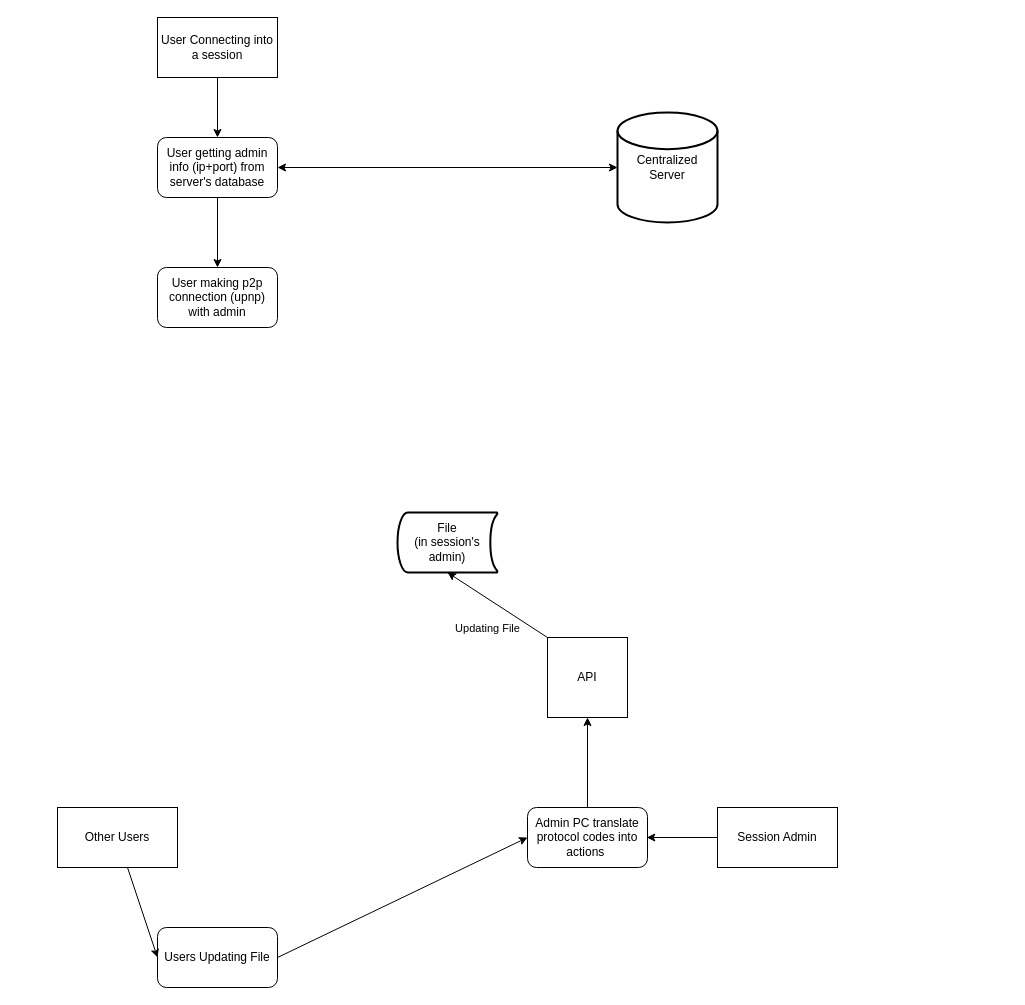
This is process.drawio from avnogy/netext, a draw.io file, before an edit. Source tidied: cells renumbered, new cells numbered last; positions are measured from the earlier drawing's top-left corner, leaving out a move shared by most shapes. Both pictures are drawn from the tidied source at 100%, with x=0, y=0 at pixel (57, 17).
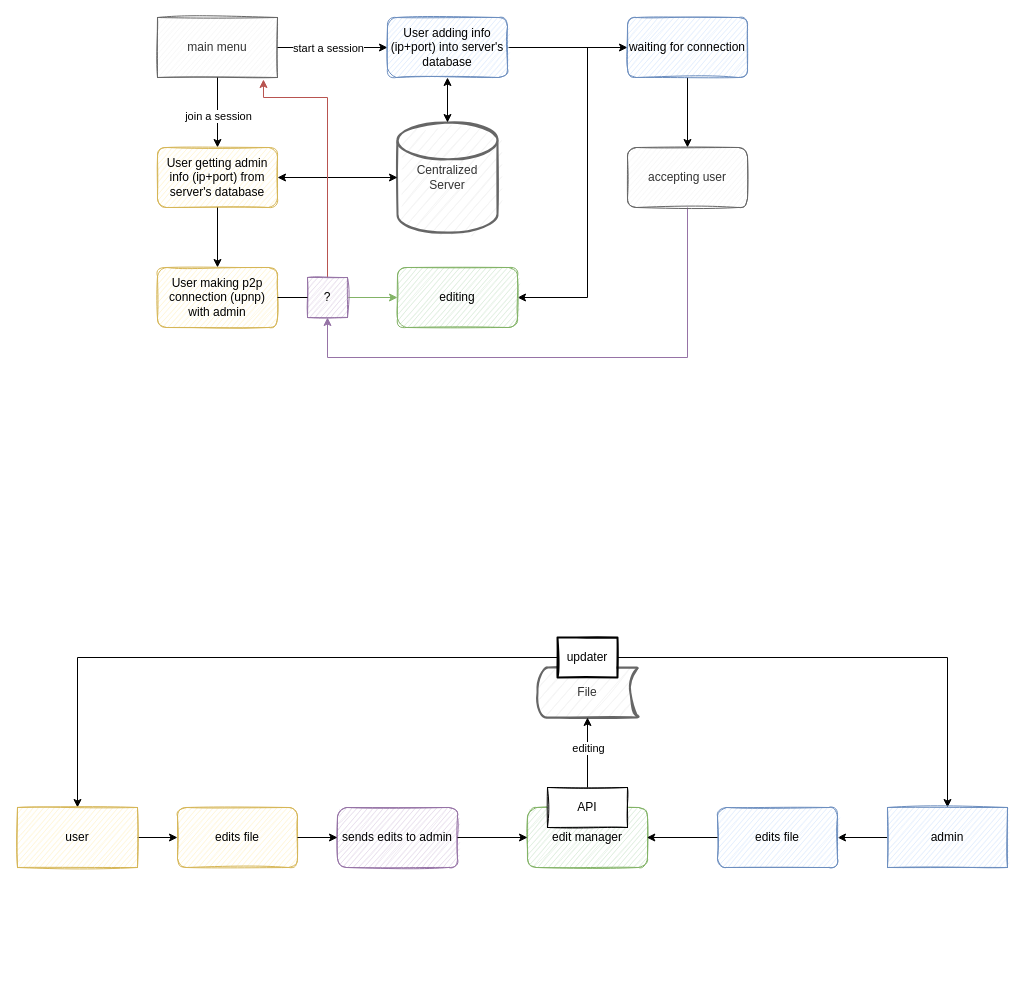
After the change.

Unchanged cells that the change refers to:
```xml
<mxCell id="3" style="endArrow=classic;html=1;rounded=0;exitX=0.5;exitY=1;exitDx=0;exitDy=0;entryX=0.5;entryY=0;entryDx=0;entryDy=0;" parent="1" edge="1" source="2" target="4">
  <mxGeometry relative="1" as="geometry" />
</mxCell>
```

Change to the diagram source:
```diff
@@
-    <mxCell id="2" value="User Connecting into a session" style="rounded=0;whiteSpace=wrap;html=1;" parent="1" vertex="1">
+    <mxCell id="2" value="main menu" style="rounded=0;whiteSpace=wrap;html=1;fillColor=#f5f5f5;strokeColor=#666666;fontColor=#333333;sketch=1;" parent="1" vertex="1">
       <mxGeometry x="100" width="120" height="60" as="geometry" />
     </mxCell>
@@
+    <mxCell id="21" value="join a session" style="edgeLabel;html=1;align=center;verticalAlign=middle;" parent="3" vertex="1">
+      <mxGeometry x="-0.37" y="-2" relative="1" as="geometry">
+        <mxPoint x="2" y="16" as="offset" />
+      </mxGeometry>
+    </mxCell>
-    <mxCell id="4" value="User getting admin info (ip+port) from server's database" style="rounded=1;whiteSpace=wrap;html=1;" parent="1" vertex="1">
-      <mxGeometry x="100" y="120" width="120" height="60" as="geometry" />
+    <mxCell id="4" value="User getting admin info (ip+port) from server's database" style="rounded=1;whiteSpace=wrap;html=1;fillColor=#fff2cc;strokeColor=#d6b656;sketch=1;" parent="1" vertex="1">
+      <mxGeometry x="100" y="130" width="120" height="60" as="geometry" />
     </mxCell>
@@
+    <mxCell id="22" style="edgeStyle=orthogonalEdgeStyle;rounded=0;jettySize=auto;html=1;entryX=0;entryY=0.5;entryDx=0;entryDy=0;startArrow=none;exitX=1;exitY=0.5;exitDx=0;exitDy=0;fillColor=#d5e8d4;strokeColor=#82b366;" parent="1" edge="1" source="38" target="32">
+      <mxGeometry relative="1" as="geometry" />
+    </mxCell>
-    <mxCell id="6" value="User making p2p connection (upnp) with admin" style="rounded=1;whiteSpace=wrap;html=1;" parent="1" vertex="1">
+    <mxCell id="6" value="User making p2p connection (upnp) with admin" style="rounded=1;whiteSpace=wrap;html=1;fillColor=#fff2cc;strokeColor=#d6b656;sketch=1;" parent="1" vertex="1">
       <mxGeometry x="100" y="250" width="120" height="60" as="geometry" />
     </mxCell>
-    <mxCell id="7" value="Centralized Server" style="strokeWidth=2;html=1;shape=mxgraph.flowchart.database;whiteSpace=wrap;" parent="1" vertex="1">
-      <mxGeometry x="560" y="95" width="100" height="110" as="geometry" />
+    <mxCell id="7" value="Centralized Server" style="strokeWidth=2;html=1;shape=mxgraph.flowchart.database;whiteSpace=wrap;fillColor=#f5f5f5;fontColor=#333333;strokeColor=#666666;sketch=1;" parent="1" vertex="1">
+      <mxGeometry x="340" y="105" width="100" height="110" as="geometry" />
     </mxCell>
@@
-    <mxCell id="9" value="File&lt;br&gt;(in session's admin)" style="strokeWidth=2;html=1;shape=mxgraph.flowchart.stored_data;whiteSpace=wrap;" parent="1" vertex="1">
-      <mxGeometry x="340" y="495" width="100" height="60" as="geometry" />
+    <mxCell id="9" value="File" style="strokeWidth=2;html=1;shape=mxgraph.flowchart.stored_data;whiteSpace=wrap;sketch=1;fillColor=#f5f5f5;fontColor=#333333;strokeColor=#666666;" parent="1" vertex="1">
+      <mxGeometry x="480" y="650" width="100" height="50" as="geometry" />
     </mxCell>
+    <mxCell id="23" style="edgeStyle=orthogonalEdgeStyle;rounded=0;jettySize=auto;html=1;exitX=1;exitY=0.5;exitDx=0;exitDy=0;entryX=0;entryY=0.5;entryDx=0;entryDy=0;" parent="1" edge="1" source="44" target="10">
+      <mxGeometry relative="1" as="geometry" />
+    </mxCell>
-    <mxCell id="10" value="Other Users" style="rounded=0;whiteSpace=wrap;html=1;" parent="1" vertex="1">
-      <mxGeometry y="790" width="120" height="60" as="geometry" />
+    <mxCell id="10" value="edits file" style="rounded=1;whiteSpace=wrap;html=1;sketch=1;fillColor=#fff2cc;strokeColor=#d6b656;" parent="1" vertex="1">
+      <mxGeometry x="120" y="790" width="120" height="60" as="geometry" />
     </mxCell>
+    <mxCell id="24" style="edgeStyle=orthogonalEdgeStyle;rounded=0;jettySize=auto;html=1;entryX=1;entryY=0.5;entryDx=0;entryDy=0;exitX=0;exitY=0.5;exitDx=0;exitDy=0;" parent="1" edge="1" source="43" target="11">
+      <mxGeometry relative="1" as="geometry" />
+    </mxCell>
-    <mxCell id="11" value="Session Admin" style="rounded=0;whiteSpace=wrap;html=1;" parent="1" vertex="1">
+    <mxCell id="11" value="edits file" style="rounded=1;whiteSpace=wrap;html=1;sketch=1;fillColor=#dae8fc;strokeColor=#6c8ebf;" parent="1" vertex="1">
       <mxGeometry x="660" y="790" width="120" height="60" as="geometry" />
     </mxCell>
-    <mxCell id="12" value="Users Updating File" style="rounded=1;whiteSpace=wrap;html=1;" parent="1" vertex="1">
-      <mxGeometry x="100" y="910" width="120" height="60" as="geometry" />
+    <mxCell id="12" value="sends edits to admin" style="rounded=1;whiteSpace=wrap;html=1;sketch=1;fillColor=#e1d5e7;strokeColor=#9673a6;" parent="1" vertex="1">
+      <mxGeometry x="280" y="790" width="120" height="60" as="geometry" />
     </mxCell>
@@
-    <mxCell id="14" value="Admin PC translate protocol codes into actions&amp;nbsp;" style="rounded=1;whiteSpace=wrap;html=1;" parent="1" vertex="1">
+    <mxCell id="14" value="edit manager" style="rounded=1;whiteSpace=wrap;html=1;sketch=1;fillColor=#d5e8d4;strokeColor=#82b366;" parent="1" vertex="1">
       <mxGeometry x="470" y="790" width="120" height="60" as="geometry" />
     </mxCell>
@@
-    <mxCell id="16" value="API" style="whiteSpace=wrap;html=1;" parent="1" vertex="1">
-      <mxGeometry x="490" y="620" width="80" height="80" as="geometry" />
+    <mxCell id="16" value="API" style="whiteSpace=wrap;html=1;sketch=1;" parent="1" vertex="1">
+      <mxGeometry x="490" y="770" width="80" height="40" as="geometry" />
     </mxCell>
@@
-    <mxCell id="18" style="endArrow=classic;html=1;rounded=0;exitX=0.5;exitY=0;exitDx=0;exitDy=0;entryX=0.5;entryY=1;entryDx=0;entryDy=0;" parent="1" edge="1" source="14" target="16">
-      <mxGeometry relative="1" as="geometry" />
-    </mxCell>
-    <mxCell id="19" style="endArrow=classic;html=1;rounded=0;exitX=0;exitY=0;exitDx=0;exitDy=0;entryX=0.5;entryY=1;entryDx=0;entryDy=0;entryPerimeter=0;" parent="1" edge="1" source="16" target="9">
+    <mxCell id="19" style="endArrow=classic;html=1;rounded=0;exitX=0.5;exitY=0;exitDx=0;exitDy=0;entryX=0.5;entryY=1;entryDx=0;entryDy=0;entryPerimeter=0;" parent="1" edge="1" source="16" target="9">
       <mxGeometry relative="1" as="geometry" />
     </mxCell>
-    <mxCell id="20" value="Updating File" style="edgeLabel;html=1;align=center;verticalAlign=middle;" parent="19" vertex="1">
-      <mxGeometry relative="1" as="geometry">
-        <mxPoint x="-10" y="23" as="offset" />
-      </mxGeometry>
-    </mxCell>
+    <mxCell id="25" value="editing" style="edgeLabel;html=1;align=center;verticalAlign=middle;" parent="19" vertex="1">
+      <mxGeometry x="-0.33" y="2" relative="1" as="geometry">
+        <mxPoint x="2" y="-17" as="offset" />
+      </mxGeometry>
+    </mxCell>
+    <mxCell id="26" style="endArrow=classic;html=1;rounded=0;exitX=1;exitY=0.5;exitDx=0;exitDy=0;entryX=0;entryY=0.5;entryDx=0;entryDy=0;" parent="1" edge="1" source="2" target="30">
+      <mxGeometry relative="1" as="geometry" />
+    </mxCell>
+    <mxCell id="27" value="start a session" style="edgeLabel;html=1;align=center;verticalAlign=middle;" parent="26" vertex="1">
+      <mxGeometry x="-0.22" y="3" relative="1" as="geometry">
+        <mxPoint x="7" y="3" as="offset" />
+      </mxGeometry>
+    </mxCell>
+    <mxCell id="28" style="edgeStyle=orthogonalEdgeStyle;rounded=0;jettySize=auto;html=1;" parent="1" edge="1" source="30" target="32">
+      <mxGeometry relative="1" as="geometry">
+        <Array as="points">
+          <mxPoint x="530" y="30" />
+          <mxPoint x="530" y="280" />
+        </Array>
+      </mxGeometry>
+    </mxCell>
+    <mxCell id="29" style="edgeStyle=orthogonalEdgeStyle;rounded=0;jettySize=auto;html=1;exitX=1;exitY=0.5;exitDx=0;exitDy=0;" parent="1" edge="1" source="30" target="35">
+      <mxGeometry relative="1" as="geometry" />
+    </mxCell>
+    <mxCell id="30" value="User adding info (ip+port) into server's database" style="rounded=1;whiteSpace=wrap;html=1;fillColor=#dae8fc;strokeColor=#6c8ebf;sketch=1;" parent="1" vertex="1">
+      <mxGeometry x="330" width="120" height="60" as="geometry" />
+    </mxCell>
+    <mxCell id="31" style="endArrow=classic;startArrow=classic;html=1;rounded=0;exitX=0.5;exitY=1;exitDx=0;exitDy=0;entryX=0.5;entryY=0;entryDx=0;entryDy=0;entryPerimeter=0;" parent="1" edge="1" source="30" target="7">
+      <mxGeometry relative="1" as="geometry" />
+    </mxCell>
+    <mxCell id="32" value="editing" style="rounded=1;whiteSpace=wrap;html=1;fillColor=#d5e8d4;strokeColor=#82b366;sketch=1;" parent="1" vertex="1">
+      <mxGeometry x="340" y="250" width="120" height="60" as="geometry" />
+    </mxCell>
+    <mxCell id="33" style="edgeStyle=orthogonalEdgeStyle;rounded=0;jettySize=auto;html=1;exitX=0.5;exitY=0;exitDx=0;exitDy=0;entryX=0.5;entryY=1;entryDx=0;entryDy=0;fillColor=#e1d5e7;strokeColor=#9673a6;" parent="1" edge="1" source="36" target="38">
+      <mxGeometry relative="1" as="geometry">
+        <Array as="points">
+          <mxPoint x="630" y="340" />
+          <mxPoint x="270" y="340" />
+        </Array>
+      </mxGeometry>
+    </mxCell>
+    <mxCell id="34" style="edgeStyle=orthogonalEdgeStyle;rounded=0;jettySize=auto;html=1;" parent="1" edge="1" source="35" target="36">
+      <mxGeometry relative="1" as="geometry" />
+    </mxCell>
+    <mxCell id="35" value="waiting for connection" style="whiteSpace=wrap;html=1;rounded=1;fillColor=#dae8fc;strokeColor=#6c8ebf;sketch=1;" parent="1" vertex="1">
+      <mxGeometry x="570" width="120" height="60" as="geometry" />
+    </mxCell>
+    <mxCell id="36" value="accepting user" style="whiteSpace=wrap;html=1;rounded=1;direction=west;fillColor=#f5f5f5;strokeColor=#666666;fontColor=#333333;sketch=1;" parent="1" vertex="1">
+      <mxGeometry x="570" y="130" width="120" height="60" as="geometry" />
+    </mxCell>
+    <mxCell id="37" style="edgeStyle=orthogonalEdgeStyle;rounded=0;jettySize=auto;html=1;exitX=0.5;exitY=0;exitDx=0;exitDy=0;entryX=0.883;entryY=1.033;entryDx=0;entryDy=0;entryPerimeter=0;fillColor=#f8cecc;strokeColor=#b85450;" parent="1" edge="1" source="38" target="2">
+      <mxGeometry relative="1" as="geometry">
+        <Array as="points">
+          <mxPoint x="270" y="80" />
+          <mxPoint x="206" y="80" />
+        </Array>
+      </mxGeometry>
+    </mxCell>
+    <mxCell id="38" value="?" style="whiteSpace=wrap;html=1;direction=east;fillColor=#e1d5e7;strokeColor=#9673a6;sketch=1;" parent="1" vertex="1">
+      <mxGeometry x="250" y="260" width="40" height="40" as="geometry" />
+    </mxCell>
+    <mxCell id="39" style="edgeStyle=orthogonalEdgeStyle;rounded=0;jettySize=auto;html=1;entryX=0;entryY=0.5;entryDx=0;entryDy=0;endArrow=none;exitX=1;exitY=0.5;exitDx=0;exitDy=0;" parent="1" edge="1" source="6" target="38">
+      <mxGeometry relative="1" as="geometry" />
+    </mxCell>
+    <mxCell id="40" style="edgeStyle=orthogonalEdgeStyle;rounded=0;jettySize=auto;html=1;entryX=0.5;entryY=0;entryDx=0;entryDy=0;exitX=0;exitY=0.5;exitDx=0;exitDy=0;" parent="1" edge="1" source="42" target="44">
+      <mxGeometry relative="1" as="geometry">
+        <Array as="points">
+          <mxPoint x="20" y="640" />
+        </Array>
+      </mxGeometry>
+    </mxCell>
+    <mxCell id="41" style="edgeStyle=orthogonalEdgeStyle;rounded=0;jettySize=auto;html=1;entryX=0.5;entryY=0;entryDx=0;entryDy=0;exitX=1;exitY=0.5;exitDx=0;exitDy=0;" parent="1" edge="1" source="42" target="43">
+      <mxGeometry relative="1" as="geometry">
+        <Array as="points">
+          <mxPoint x="890" y="640" />
+        </Array>
+      </mxGeometry>
+    </mxCell>
+    <mxCell id="42" value="updater" style="whiteSpace=wrap;html=1;strokeWidth=2;sketch=1;" parent="1" vertex="1">
+      <mxGeometry x="500" y="620" width="60" height="40" as="geometry" />
+    </mxCell>
+    <mxCell id="43" value="admin" style="whiteSpace=wrap;html=1;fillColor=#dae8fc;strokeColor=#6c8ebf;rounded=0;sketch=1;" parent="1" vertex="1">
+      <mxGeometry x="830" y="790" width="120" height="60" as="geometry" />
+    </mxCell>
+    <mxCell id="44" value="user" style="whiteSpace=wrap;html=1;fillColor=#fff2cc;strokeColor=#d6b656;rounded=0;sketch=1;" parent="1" vertex="1">
+      <mxGeometry x="-40" y="790" width="120" height="60" as="geometry" />
+    </mxCell>
```
